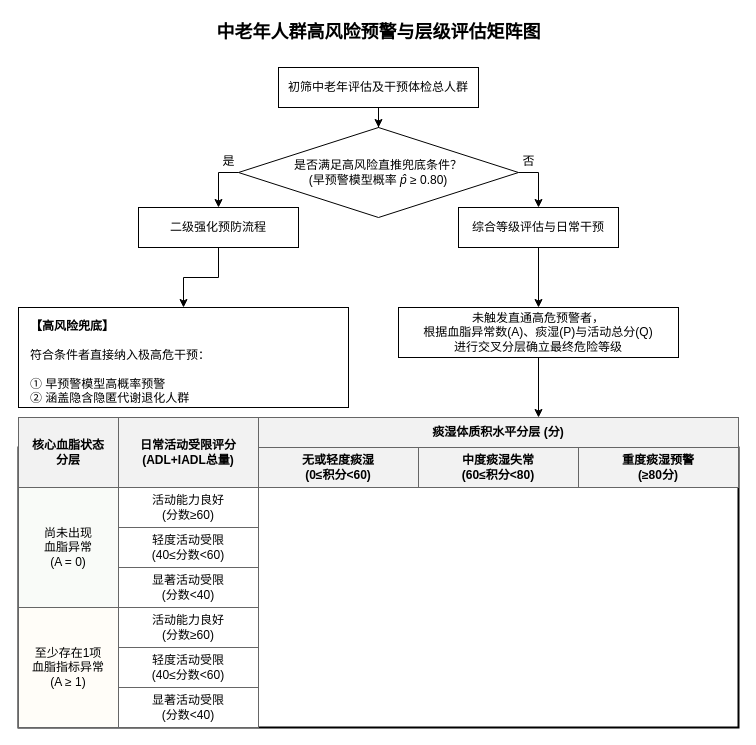
Before: MathorCup/基于风险分层的预警决策模型全图.drawio in Xs-Answers/MMC, a draw.io diagram. Source tidied: cells renumbered, new cells numbered last; positions are measured from the earlier drawing's top-left corner, leaving out a move shared by most shapes. Both pictures are drawn from the tidied source at 100%, with x=0, y=0 at pixel (18, 17).
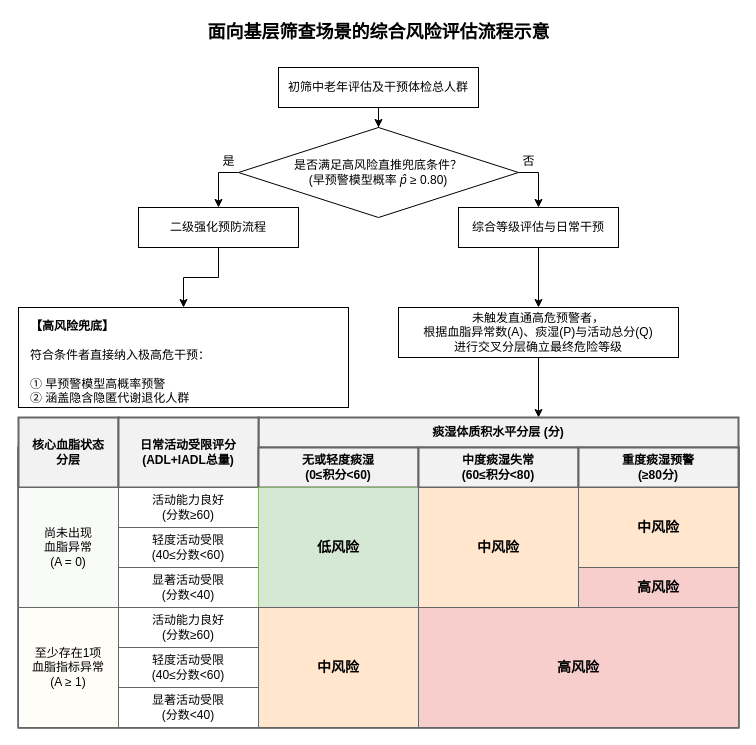
Above is the later version.

Change to the diagram source:
```diff
@@
-    <mxCell id="2" value="中老年人群高风险预警与层级评估矩阵图" style="text;html=1;align=center;verticalAlign=middle;strokeColor=none;fillColor=none;fontSize=18;fontStyle=1;" parent="1" vertex="1">
+    <mxCell id="2" value="面向基层筛查场景的综合风险评估流程示意" style="text;html=1;align=center;verticalAlign=middle;strokeColor=none;fillColor=none;fontSize=18;fontStyle=1;" parent="1" vertex="1">
       <mxGeometry x="160" width="400" height="30" as="geometry" />
     </mxCell>
@@
-    <mxCell id="19" value="痰湿体质积水平分层 (分)" style="rounded=0;whiteSpace=wrap;html=1;strokeColor=#666666;fillColor=#f2f2f2;fontColor=#000000;fontStyle=1;align=center;verticalAlign=middle;" parent="1" vertex="1">
+    <mxCell id="19" value="痰湿体质积水平分层 (分)" style="rounded=0;whiteSpace=wrap;html=1;strokeColor=#666666;fillColor=#f2f2f2;fontColor=#000000;fontStyle=1;align=center;verticalAlign=middle;strokeWidth=2;" parent="1" vertex="1">
       <mxGeometry x="240" y="400" width="480" height="30" as="geometry" />
     </mxCell>
-    <mxCell id="20" value="核心血脂状态&#10;分层" style="rounded=0;whiteSpace=wrap;html=1;strokeColor=#666666;fillColor=#f2f2f2;fontColor=#000000;fontStyle=1;align=center;verticalAlign=middle;" parent="1" vertex="1">
+    <mxCell id="20" value="核心血脂状态&#10;分层" style="rounded=0;whiteSpace=wrap;html=1;strokeColor=#666666;fillColor=#f2f2f2;fontColor=#000000;fontStyle=1;align=center;verticalAlign=middle;strokeWidth=2;" parent="1" vertex="1">
       <mxGeometry y="400" width="100" height="70" as="geometry" />
     </mxCell>
-    <mxCell id="21" value="日常活动受限评分&#10;(ADL+IADL总量)" style="rounded=0;whiteSpace=wrap;html=1;strokeColor=#666666;fillColor=#f2f2f2;fontColor=#000000;fontStyle=1;align=center;verticalAlign=middle;" parent="1" vertex="1">
+    <mxCell id="21" value="日常活动受限评分&#10;(ADL+IADL总量)" style="rounded=0;whiteSpace=wrap;html=1;strokeColor=#666666;fillColor=#f2f2f2;fontColor=#000000;fontStyle=1;align=center;verticalAlign=middle;strokeWidth=2;" parent="1" vertex="1">
       <mxGeometry x="100" y="400" width="140" height="70" as="geometry" />
     </mxCell>
-    <mxCell id="22" value="无或轻度痰湿&#10;(0≤积分&lt;60)" style="rounded=0;whiteSpace=wrap;html=1;strokeColor=#666666;fillColor=#f2f2f2;fontColor=#000000;fontStyle=1;align=center;verticalAlign=middle;" parent="1" vertex="1">
+    <mxCell id="22" value="无或轻度痰湿&#10;(0≤积分&lt;60)" style="rounded=0;whiteSpace=wrap;html=1;strokeColor=#666666;fillColor=#f2f2f2;fontColor=#000000;fontStyle=1;align=center;verticalAlign=middle;strokeWidth=2;" parent="1" vertex="1">
       <mxGeometry x="240" y="430" width="160" height="40" as="geometry" />
     </mxCell>
-    <mxCell id="23" value="中度痰湿失常&#10;(60≤积分&lt;80)" style="rounded=0;whiteSpace=wrap;html=1;strokeColor=#666666;fillColor=#f2f2f2;fontColor=#000000;fontStyle=1;align=center;verticalAlign=middle;" parent="1" vertex="1">
+    <mxCell id="23" value="中度痰湿失常&#10;(60≤积分&lt;80)" style="rounded=0;whiteSpace=wrap;html=1;strokeColor=#666666;fillColor=#f2f2f2;fontColor=#000000;fontStyle=1;align=center;verticalAlign=middle;strokeWidth=2;" parent="1" vertex="1">
       <mxGeometry x="400" y="430" width="160" height="40" as="geometry" />
     </mxCell>
-    <mxCell id="24" value="重度痰湿预警&#10;(≥80分)" style="rounded=0;whiteSpace=wrap;html=1;strokeColor=#666666;fillColor=#f2f2f2;fontColor=#000000;fontStyle=1;align=center;verticalAlign=middle;" parent="1" vertex="1">
+    <mxCell id="24" value="重度痰湿预警&#10;(≥80分)" style="rounded=0;whiteSpace=wrap;html=1;strokeColor=#666666;fillColor=#f2f2f2;fontColor=#000000;fontStyle=1;align=center;verticalAlign=middle;strokeWidth=2;" parent="1" vertex="1">
       <mxGeometry x="560" y="430" width="160" height="40" as="geometry" />
     </mxCell>
@@
+    <mxCell id="33" value="低风险" style="rounded=0;whiteSpace=wrap;html=1;strokeColor=#82b366;fillColor=#d5e8d4;fontStyle=1;fontSize=14;letterSpacing=2;" parent="1" vertex="1">
+      <mxGeometry x="240" y="470" width="160" height="120" as="geometry" />
+    </mxCell>
+    <mxCell id="34" value="中风险" style="rounded=0;whiteSpace=wrap;html=1;strokeColor=#666666;fontColor=#000000;fillColor=#ffe6cc;fontStyle=1;fontSize=14;letterSpacing=2;" parent="1" vertex="1">
+      <mxGeometry x="400" y="470" width="160" height="120" as="geometry" />
+    </mxCell>
+    <mxCell id="35" value="中风险" style="rounded=0;whiteSpace=wrap;html=1;strokeColor=#666666;fontColor=#000000;fillColor=#ffe6cc;fontStyle=1;fontSize=14;letterSpacing=2;" parent="1" vertex="1">
+      <mxGeometry x="560" y="470" width="160" height="80" as="geometry" />
+    </mxCell>
+    <mxCell id="36" value="高风险" style="rounded=0;whiteSpace=wrap;html=1;strokeColor=#666666;fontColor=#000000;fillColor=#f8cecc;fontStyle=1;fontSize=14;letterSpacing=2;" parent="1" vertex="1">
+      <mxGeometry x="560" y="550" width="160" height="40" as="geometry" />
+    </mxCell>
+    <mxCell id="37" value="中风险" style="rounded=0;whiteSpace=wrap;html=1;strokeColor=#666666;fontColor=#000000;fillColor=#ffe6cc;fontStyle=1;fontSize=14;letterSpacing=2;" parent="1" vertex="1">
+      <mxGeometry x="240" y="590" width="160" height="120" as="geometry" />
+    </mxCell>
+    <mxCell id="38" value="高风险" style="rounded=0;whiteSpace=wrap;html=1;strokeColor=#666666;fontColor=#000000;fillColor=#f8cecc;fontStyle=1;fontSize=14;letterSpacing=2;" parent="1" vertex="1">
+      <mxGeometry x="400" y="590" width="320" height="120" as="geometry" />
+    </mxCell>
```
